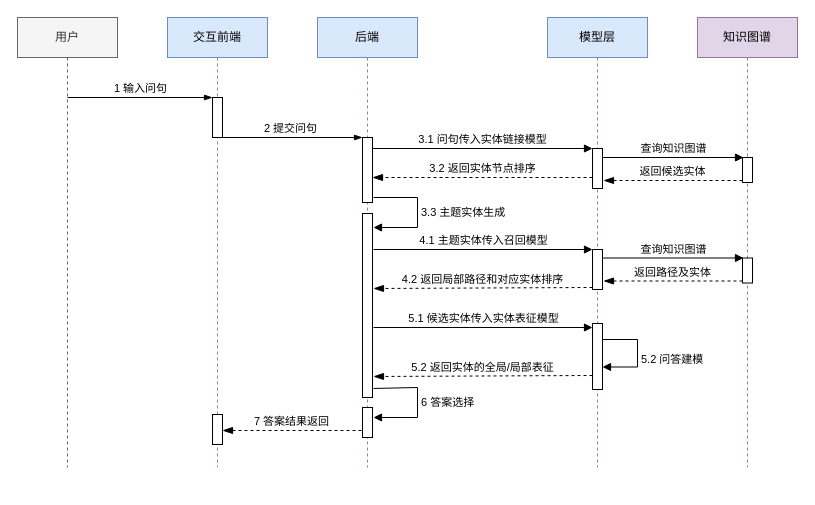
The draw.io diagram timeline.drawio in Dionysusssss/GraduationDesign2, before the edit. Source tidied: cells renumbered, new cells numbered last; positions are measured from the earlier drawing's top-left corner, leaving out a move shared by most shapes. Both pictures are drawn from the tidied source at 100%, with x=0, y=0 at pixel (17, 17).
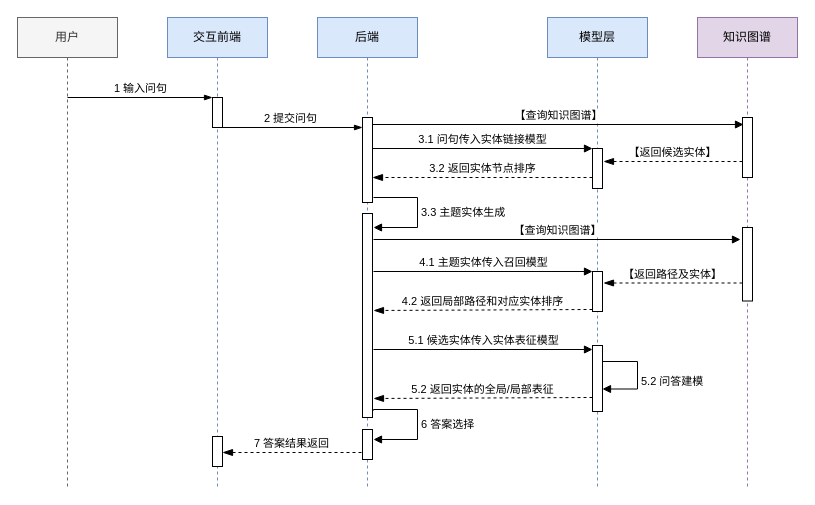
After the change.

The edit, as a diff of the source:
```diff
@@
     <mxCell id="2" value="&lt;span style=&quot;&quot;&gt;用户&lt;/span&gt;" style="shape=umlLifeline;perimeter=lifelinePerimeter;whiteSpace=wrap;html=1;fillColor=#f5f5f5;fontColor=#333333;strokeColor=#666666;" parent="1" vertex="1">
-      <mxGeometry width="100" height="450" as="geometry" />
+      <mxGeometry width="100" height="470" as="geometry" />
     </mxCell>
     <mxCell id="3" value="交互前端" style="shape=umlLifeline;perimeter=lifelinePerimeter;whiteSpace=wrap;html=1;outlineConnect=0;fillColor=#dae8fc;strokeColor=#6c8ebf;" parent="1" vertex="1">
-      <mxGeometry x="150" width="100" height="450" as="geometry" />
+      <mxGeometry x="150" width="100" height="470" as="geometry" />
     </mxCell>
     <mxCell id="4" style="html=1;points=[];perimeter=orthogonalPerimeter;" parent="3" vertex="1">
-      <mxGeometry x="45" y="80" width="10" height="40" as="geometry" />
+      <mxGeometry x="45" y="80" width="10" height="30" as="geometry" />
     </mxCell>
     <mxCell id="5" style="html=1;perimeter=orthogonalPerimeter;" parent="3" vertex="1">
-      <mxGeometry x="45" y="397" width="10" height="30" as="geometry" />
+      <mxGeometry x="45" y="419" width="10" height="30" as="geometry" />
     </mxCell>
     <mxCell id="6" value="&lt;span style=&quot;&quot;&gt;后端&lt;/span&gt;" style="shape=umlLifeline;perimeter=lifelinePerimeter;whiteSpace=wrap;html=1;fillColor=#dae8fc;strokeColor=#6c8ebf;" parent="1" vertex="1">
-      <mxGeometry x="300" width="100" height="450" as="geometry" />
+      <mxGeometry x="300" width="100" height="470" as="geometry" />
     </mxCell>
     <mxCell id="7" style="html=1;points=[];perimeter=orthogonalPerimeter;" parent="6" vertex="1">
-      <mxGeometry x="45" y="120" width="10" height="65" as="geometry" />
+      <mxGeometry x="45" y="100" width="10" height="85" as="geometry" />
     </mxCell>
     <mxCell id="8" style="html=1;points=[];perimeter=orthogonalPerimeter;" parent="6" vertex="1">
-      <mxGeometry x="45" y="196" width="10" height="184" as="geometry" />
+      <mxGeometry x="45" y="196" width="10" height="204" as="geometry" />
     </mxCell>
@@
-    <mxCell id="10" value="6 答案选择" style="edgeStyle=orthogonalEdgeStyle;html=1;align=left;spacingLeft=2;endArrow=block;rounded=0;jumpSize=6;exitX=1.1;exitY=0.951;exitDx=0;exitDy=0;exitPerimeter=0;entryX=1.1;entryY=0.333;entryDx=0;entryDy=0;entryPerimeter=0;" parent="6" edge="1" source="8" target="11">
+    <mxCell id="10" value="6 答案选择" style="edgeStyle=orthogonalEdgeStyle;html=1;align=left;spacingLeft=2;endArrow=block;rounded=0;jumpSize=6;exitX=1.1;exitY=0.951;exitDx=0;exitDy=0;exitPerimeter=0;entryX=1.1;entryY=0.333;entryDx=0;entryDy=0;entryPerimeter=0;" parent="6" edge="1" target="11">
       <mxGeometry relative="1" as="geometry">
+        <mxPoint x="56" y="393" as="sourcePoint" />
         <Array as="points">
-          <mxPoint x="100" y="370" />
-          <mxPoint x="100" y="400" />
+          <mxPoint x="100" y="392" />
+          <mxPoint x="100" y="422" />
         </Array>
       </mxGeometry>
     </mxCell>
     <mxCell id="11" style="html=1;points=[];perimeter=orthogonalPerimeter;" parent="6" vertex="1">
-      <mxGeometry x="45" y="390" width="10" height="30" as="geometry" />
+      <mxGeometry x="45" y="412" width="10" height="30" as="geometry" />
     </mxCell>
     <mxCell id="12" value="模型层" style="shape=umlLifeline;perimeter=lifelinePerimeter;whiteSpace=wrap;html=1;fillColor=#dae8fc;strokeColor=#6c8ebf;" parent="1" vertex="1">
-      <mxGeometry x="530" width="100" height="450" as="geometry" />
+      <mxGeometry x="530" width="100" height="470" as="geometry" />
     </mxCell>
@@
     <mxCell id="14" style="html=1;points=[];perimeter=orthogonalPerimeter;" parent="12" vertex="1">
-      <mxGeometry x="45" y="232" width="10" height="40" as="geometry" />
+      <mxGeometry x="45" y="254" width="10" height="40" as="geometry" />
     </mxCell>
     <mxCell id="15" style="html=1;perimeter=orthogonalPerimeter;" parent="12" vertex="1">
-      <mxGeometry x="45" y="306" width="10" height="66" as="geometry" />
+      <mxGeometry x="45" y="328" width="10" height="66" as="geometry" />
     </mxCell>
     <mxCell id="16" value="5.1 候选实体传入实体表征模型" style="html=1;verticalAlign=bottom;endArrow=block;entryX=0;entryY=0;rounded=0;" parent="12" edge="1">
       <mxGeometry relative="1" as="geometry">
-        <mxPoint x="-174" y="310" as="sourcePoint" />
-        <mxPoint x="45" y="310" as="targetPoint" />
+        <mxPoint x="-174" y="332" as="sourcePoint" />
+        <mxPoint x="45" y="332" as="targetPoint" />
       </mxGeometry>
     </mxCell>
     <mxCell id="17" value="5.2 问答建模" style="edgeStyle=orthogonalEdgeStyle;html=1;align=left;spacingLeft=2;endArrow=block;rounded=0;jumpSize=6;verticalAlign=top;labelPosition=right;verticalLabelPosition=bottom;" parent="12" edge="1">
       <mxGeometry relative="1" as="geometry">
-        <mxPoint x="55" y="336.5" as="sourcePoint" />
-        <mxPoint x="55" y="349.5" as="targetPoint" />
+        <mxPoint x="55" y="358.5" as="sourcePoint" />
+        <mxPoint x="55" y="371.5" as="targetPoint" />
         <Array as="points">
-          <mxPoint x="55" y="322" />
-          <mxPoint x="90" y="322" />
-          <mxPoint x="90" y="350" />
+          <mxPoint x="55" y="344" />
+          <mxPoint x="90" y="344" />
+          <mxPoint x="90" y="372" />
         </Array>
       </mxGeometry>
     </mxCell>
+    <mxCell id="28" value="【查询知识图谱】" style="html=1;verticalAlign=bottom;endArrow=block;rounded=0;entryX=0.1;entryY=0.1;entryDx=0;entryDy=0;entryPerimeter=0;exitX=1;exitY=0.118;exitDx=0;exitDy=0;exitPerimeter=0;" parent="12" edge="1">
+      <mxGeometry relative="1" as="geometry">
+        <mxPoint x="-175" y="107" as="sourcePoint" />
+        <mxPoint x="196" y="107" as="targetPoint" />
+      </mxGeometry>
+    </mxCell>
     <mxCell id="18" value="知识图谱" style="shape=umlLifeline;perimeter=lifelinePerimeter;whiteSpace=wrap;html=1;fillColor=#e1d5e7;strokeColor=#9673a6;" parent="1" vertex="1">
-      <mxGeometry x="680" width="100" height="450" as="geometry" />
+      <mxGeometry x="680" width="100" height="470" as="geometry" />
     </mxCell>
     <mxCell id="19" style="html=1;perimeter=orthogonalPerimeter;" parent="18" vertex="1">
-      <mxGeometry x="45" y="140" width="10" height="25" as="geometry" />
+      <mxGeometry x="45" y="100" width="10" height="60" as="geometry" />
     </mxCell>
     <mxCell id="20" style="html=1;perimeter=orthogonalPerimeter;" parent="18" vertex="1">
-      <mxGeometry x="45" y="240.5" width="10" height="25" as="geometry" />
+      <mxGeometry x="45" y="210" width="10" height="73.5" as="geometry" />
     </mxCell>
-    <mxCell id="21" value="返回路径及实体" style="html=1;verticalAlign=bottom;endArrow=blockThin;dashed=1;endSize=8;exitX=0;exitY=0.95;rounded=0;entryX=1.1;entryY=0.9;entryDx=0;entryDy=0;entryPerimeter=0;endFill=1;jumpSize=6;" parent="18" edge="1">
+    <mxCell id="21" value="【返回路径及实体】" style="html=1;verticalAlign=bottom;endArrow=blockThin;dashed=1;endSize=8;exitX=0;exitY=0.95;rounded=0;entryX=1.1;entryY=0.9;entryDx=0;entryDy=0;entryPerimeter=0;endFill=1;jumpSize=6;" parent="18" edge="1">
       <mxGeometry relative="1" as="geometry">
-        <mxPoint x="45" y="263.5" as="sourcePoint" />
-        <mxPoint x="-94" y="263.5" as="targetPoint" />
+        <mxPoint x="45" y="265.5" as="sourcePoint" />
+        <mxPoint x="-94" y="265.5" as="targetPoint" />
       </mxGeometry>
     </mxCell>
-    <mxCell id="22" value="查询知识图谱" style="html=1;verticalAlign=bottom;endArrow=block;rounded=0;entryX=0.1;entryY=0.1;entryDx=0;entryDy=0;entryPerimeter=0;exitX=1;exitY=0.275;exitDx=0;exitDy=0;exitPerimeter=0;" parent="18" edge="1">
-      <mxGeometry relative="1" as="geometry">
-        <mxPoint x="-95" y="240.5" as="sourcePoint" />
-        <mxPoint x="46" y="240.5" as="targetPoint" />
-      </mxGeometry>
-    </mxCell>
@@
-    <mxCell id="24" value="2 提交问句" style="html=1;verticalAlign=bottom;endArrow=blockThin;entryX=0;entryY=0;rounded=0;endFill=1;" parent="1" edge="1" source="3" target="7">
-      <mxGeometry relative="1" as="geometry" />
+    <mxCell id="24" value="2 提交问句" style="html=1;verticalAlign=bottom;endArrow=blockThin;entryX=0;entryY=0;rounded=0;endFill=1;" parent="1" edge="1">
+      <mxGeometry relative="1" as="geometry">
+        <mxPoint x="199.5" y="110" as="sourcePoint" />
+        <mxPoint x="345" y="110" as="targetPoint" />
+      </mxGeometry>
     </mxCell>
@@
-    <mxCell id="27" value="返回候选实体" style="html=1;verticalAlign=bottom;endArrow=blockThin;dashed=1;endSize=8;exitX=0;exitY=0.95;rounded=0;entryX=1.1;entryY=0.9;entryDx=0;entryDy=0;entryPerimeter=0;endFill=1;" parent="1" edge="1">
+    <mxCell id="27" value="【返回候选实体】" style="html=1;verticalAlign=bottom;endArrow=blockThin;dashed=1;endSize=8;exitX=0;exitY=0.95;rounded=0;entryX=1.1;entryY=0.9;entryDx=0;entryDy=0;entryPerimeter=0;endFill=1;" parent="1" edge="1">
       <mxGeometry relative="1" as="geometry">
-        <mxPoint x="725" y="163" as="sourcePoint" />
-        <mxPoint x="586" y="163" as="targetPoint" />
+        <mxPoint x="725" y="144" as="sourcePoint" />
+        <mxPoint x="586" y="144" as="targetPoint" />
       </mxGeometry>
     </mxCell>
-    <mxCell id="28" value="查询知识图谱" style="html=1;verticalAlign=bottom;endArrow=block;rounded=0;entryX=0.1;entryY=0.1;entryDx=0;entryDy=0;entryPerimeter=0;exitX=1;exitY=0.275;exitDx=0;exitDy=0;exitPerimeter=0;" parent="1" edge="1">
-      <mxGeometry relative="1" as="geometry">
-        <mxPoint x="585" y="140" as="sourcePoint" />
-        <mxPoint x="726" y="140" as="targetPoint" />
-      </mxGeometry>
-    </mxCell>
     <mxCell id="29" value="4.1 主题实体传入召回模型" style="html=1;verticalAlign=bottom;endArrow=block;entryX=0;entryY=0;rounded=0;" parent="1" edge="1" target="14">
       <mxGeometry relative="1" as="geometry">
-        <mxPoint x="356" y="232" as="sourcePoint" />
+        <mxPoint x="356" y="254" as="sourcePoint" />
       </mxGeometry>
     </mxCell>
     <mxCell id="30" value="4.2 返回局部路径和对应实体排序" style="html=1;verticalAlign=bottom;endArrow=blockThin;dashed=1;endSize=8;exitX=0;exitY=0.95;rounded=0;exitDx=0;exitDy=0;endFill=1;" parent="1" edge="1" source="14">
       <mxGeometry relative="1" as="geometry">
-        <mxPoint x="356" y="271" as="targetPoint" />
+        <mxPoint x="356" y="293" as="targetPoint" />
       </mxGeometry>
     </mxCell>
     <mxCell id="31" value="5.2 返回实体的全局/局部表征" style="html=1;verticalAlign=bottom;endArrow=blockThin;dashed=1;endSize=8;exitX=0;exitY=0.95;rounded=0;exitDx=0;exitDy=0;endFill=1;" parent="1" edge="1">
       <mxGeometry relative="1" as="geometry">
-        <mxPoint x="575" y="358" as="sourcePoint" />
-        <mxPoint x="356" y="359" as="targetPoint" />
+        <mxPoint x="575" y="380" as="sourcePoint" />
+        <mxPoint x="356" y="381" as="targetPoint" />
       </mxGeometry>
     </mxCell>
     <mxCell id="32" value="7 答案结果返回" style="html=1;verticalAlign=bottom;endArrow=blockThin;dashed=1;endSize=8;rounded=0;jumpSize=6;exitX=-0.1;exitY=0.667;exitDx=0;exitDy=0;exitPerimeter=0;endFill=1;" parent="1" edge="1">
       <mxGeometry relative="1" as="geometry">
-        <mxPoint x="344" y="413" as="sourcePoint" />
-        <mxPoint x="205" y="413" as="targetPoint" />
+        <mxPoint x="344" y="435" as="sourcePoint" />
+        <mxPoint x="205" y="435" as="targetPoint" />
       </mxGeometry>
     </mxCell>
+    <mxCell id="22" value="【查询知识图谱】" style="html=1;verticalAlign=bottom;endArrow=block;rounded=0;entryX=-0.2;entryY=0.272;entryDx=0;entryDy=0;entryPerimeter=0;exitX=1.1;exitY=0.185;exitDx=0;exitDy=0;exitPerimeter=0;" parent="1" edge="1">
+      <mxGeometry relative="1" as="geometry">
+        <mxPoint x="356" y="222" as="sourcePoint" />
+        <mxPoint x="723" y="222" as="targetPoint" />
+      </mxGeometry>
+    </mxCell>
```
